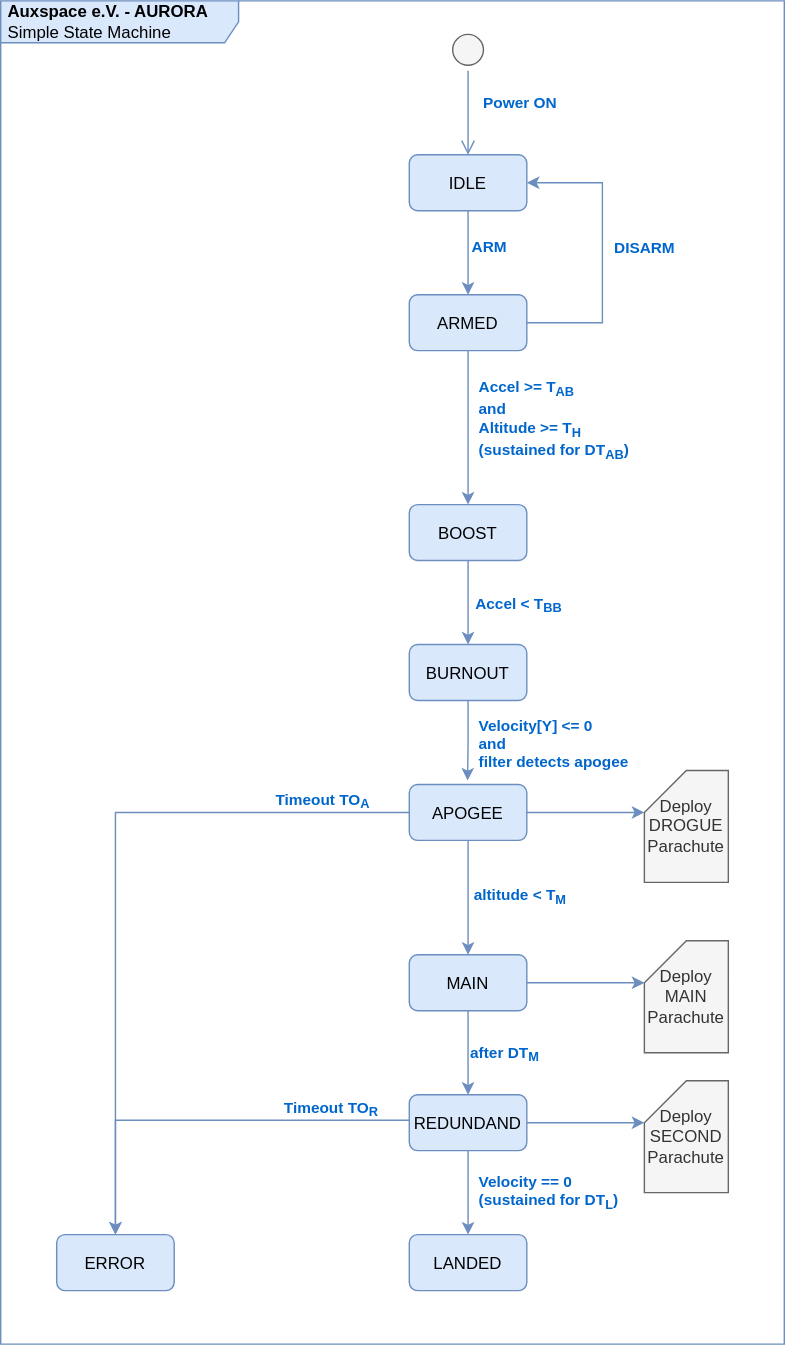
This is doc/img/aurora_simple_state_machine.drawio.svg from AUXSPACEeV/aurora, a draw.io export, as it was before one commit. Source tidied: cells renumbered, new cells last; positions are measured from the earlier drawing's top-left corner, leaving out a move shared by most shapes.
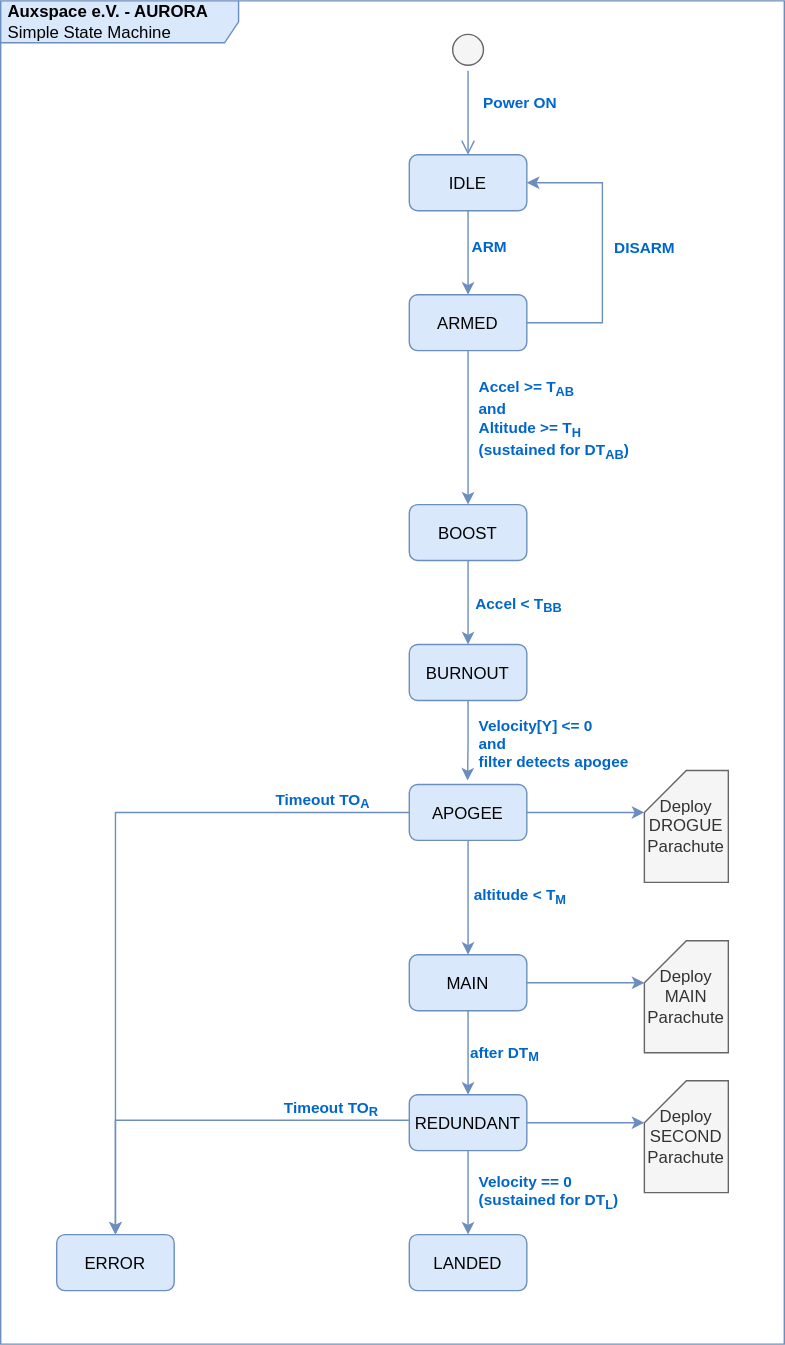
The same diagram one commit later.

The edit, as a diff of the source:
```diff
@@ -128,7 +128,7 @@
         <mxPoint x="-22" y="-9" as="offset" />
       </mxGeometry>
     </mxCell>
-    <mxCell id="31" value="REDUNDAND" style="rounded=1;whiteSpace=wrap;html=1;fillColor=#dae8fc;strokeColor=#6c8ebf;convertToSvg=1;labelBackgroundColor=none;" parent="1" vertex="1">
+    <mxCell id="31" value="REDUNDANT" style="rounded=1;whiteSpace=wrap;html=1;fillColor=#dae8fc;strokeColor=#6c8ebf;convertToSvg=1;labelBackgroundColor=none;" parent="1" vertex="1">
       <mxGeometry x="292" y="781.7" width="84" height="40" as="geometry" />
     </mxCell>
     <mxCell id="32" value="LANDED" style="rounded=1;whiteSpace=wrap;html=1;fillColor=#dae8fc;strokeColor=#6c8ebf;convertToSvg=1;labelBackgroundColor=none;" parent="1" vertex="1">
```
